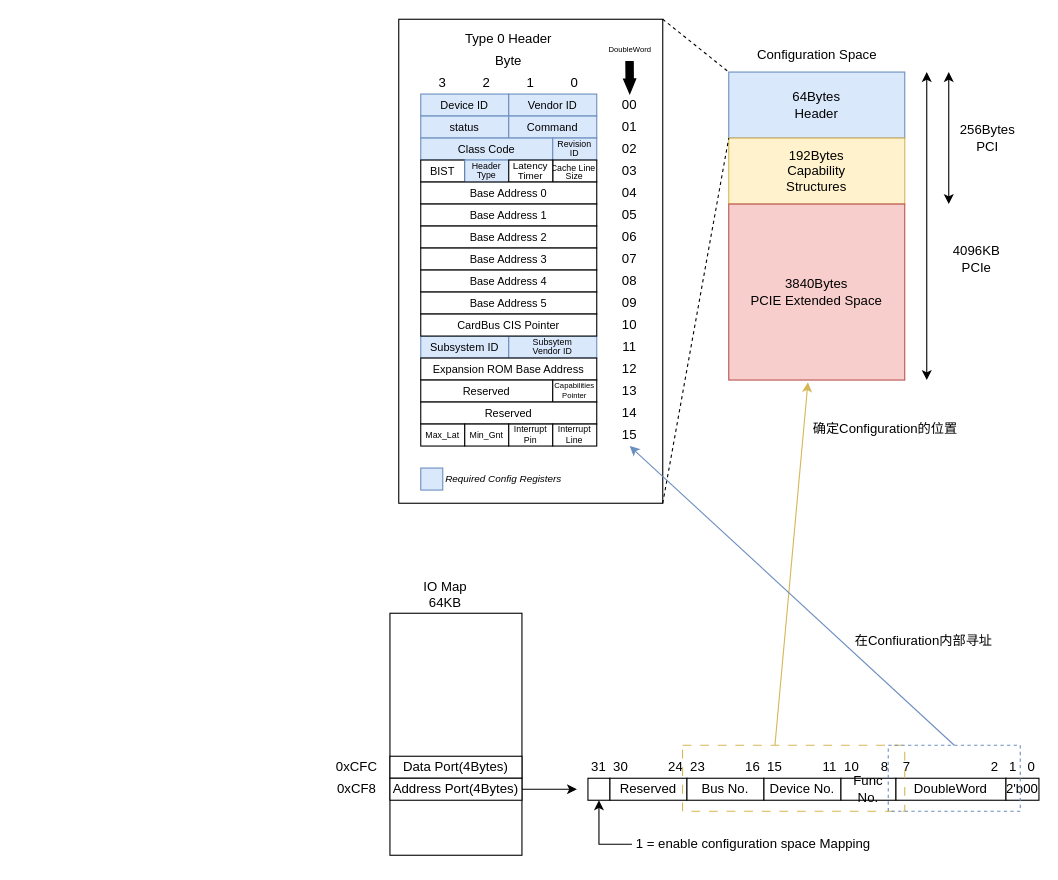
Above: page "configuration" (2 of 2) of PCIE.drawio in Cain252199/MyNoteBook (draw.io), before the change. Source tidied: cells renumbered, new cells numbered last; positions are measured from the earlier drawing's top-left corner, leaving out a move shared by most shapes. Both pictures are drawn from the tidied source at 110%, with x=0, y=0 at pixel (323, 19).
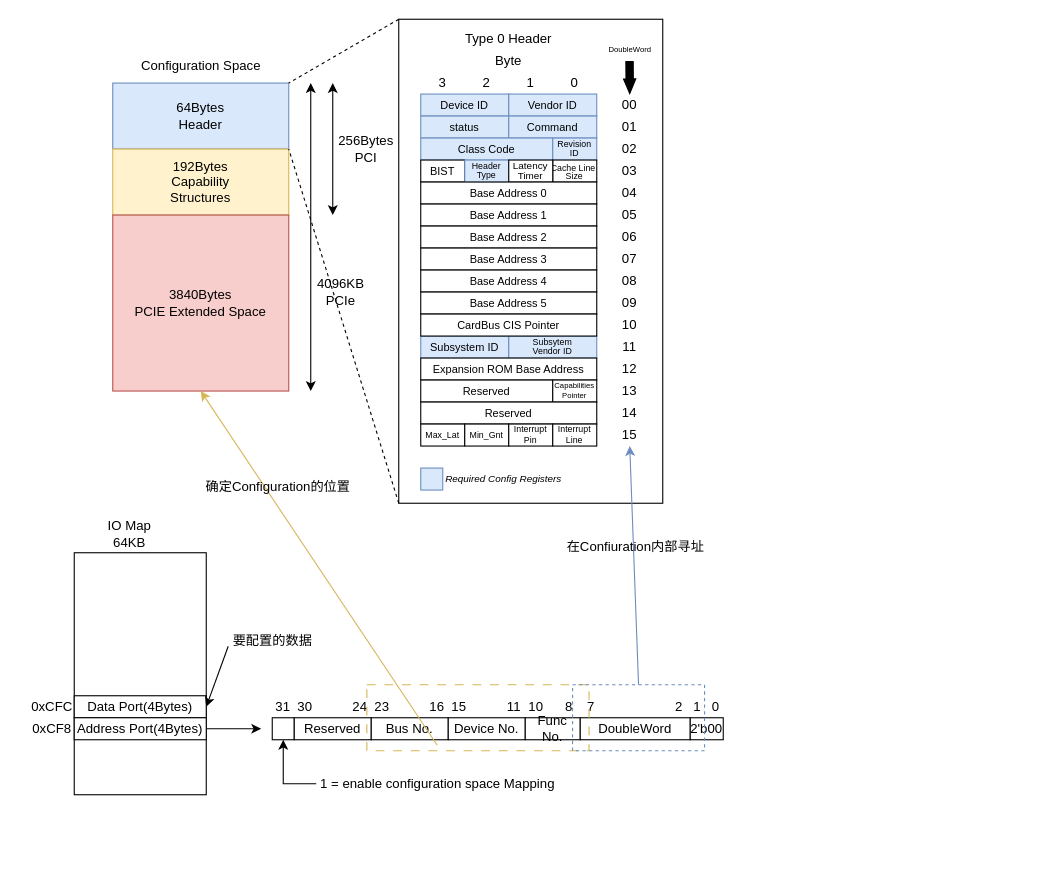
The same page after the edit.

The change refers to these unchanged cells:
```xml
<mxCell id="2" style="rounded=0;whiteSpace=wrap;html=1;" parent="1" vertex="1">
  <mxGeometry x="68" width="240" height="440" as="geometry" />
</mxCell>
```

Diff of the diagram source:
```diff
@@
     <mxCell id="56" value="&lt;div&gt;64Bytes&lt;/div&gt;&lt;div&gt;Header&lt;/div&gt;" style="rounded=0;whiteSpace=wrap;html=1;fillColor=#dae8fc;strokeColor=#6c8ebf;" parent="1" vertex="1">
-      <mxGeometry x="368" y="48" width="160" height="60" as="geometry" />
+      <mxGeometry x="-192" y="58" width="160" height="60" as="geometry" />
     </mxCell>
     <mxCell id="57" value="Configuration Space" style="text;html=1;align=center;verticalAlign=middle;strokeColor=none;fillColor=none;" parent="1" vertex="1">
-      <mxGeometry x="383" y="18" width="130" height="30" as="geometry" />
+      <mxGeometry x="-177" y="28" width="130" height="30" as="geometry" />
     </mxCell>
     <mxCell id="58" value="&lt;div&gt;192Bytes&lt;/div&gt;&lt;div&gt;Capability&lt;/div&gt;&lt;div&gt;Structures&lt;/div&gt;" style="rounded=0;whiteSpace=wrap;html=1;fillColor=#fff2cc;strokeColor=#d6b656;" parent="1" vertex="1">
-      <mxGeometry x="368" y="108" width="160" height="60" as="geometry" />
+      <mxGeometry x="-192" y="118" width="160" height="60" as="geometry" />
     </mxCell>
     <mxCell id="59" value="&lt;div&gt;3840Bytes&lt;/div&gt;&lt;div&gt;PCIE Extended Space&lt;/div&gt;" style="rounded=0;whiteSpace=wrap;html=1;fillColor=#f8cecc;strokeColor=#b85450;" parent="1" vertex="1">
-      <mxGeometry x="368" y="168" width="160" height="160" as="geometry" />
+      <mxGeometry x="-192" y="178" width="160" height="160" as="geometry" />
     </mxCell>
     <mxCell id="60" style="endArrow=classic;startArrow=classic;html=1;rounded=0;" parent="1" edge="1">
       <mxGeometry relative="1" as="geometry">
-        <mxPoint x="568" y="168" as="sourcePoint" />
-        <mxPoint x="568" y="48" as="targetPoint" />
+        <mxPoint x="8" y="178" as="sourcePoint" />
+        <mxPoint x="8" y="58" as="targetPoint" />
       </mxGeometry>
     </mxCell>
     <mxCell id="61" value="&lt;div&gt;256Bytes&lt;/div&gt;&lt;div&gt;PCI&lt;/div&gt;" style="text;html=1;align=center;verticalAlign=middle;strokeColor=none;fillColor=none;" parent="1" vertex="1">
-      <mxGeometry x="568" y="88" width="70" height="40" as="geometry" />
+      <mxGeometry x="3" y="98" width="70" height="40" as="geometry" />
     </mxCell>
     <mxCell id="62" style="endArrow=classic;startArrow=classic;html=1;rounded=0;" parent="1" edge="1">
       <mxGeometry relative="1" as="geometry">
-        <mxPoint x="548" y="328" as="sourcePoint" />
-        <mxPoint x="548" y="48" as="targetPoint" />
+        <mxPoint x="-12" y="338" as="sourcePoint" />
+        <mxPoint x="-12" y="58" as="targetPoint" />
       </mxGeometry>
     </mxCell>
     <mxCell id="63" value="4096KB&lt;div&gt;PCIe&lt;/div&gt;" style="text;html=1;align=center;verticalAlign=middle;strokeColor=none;fillColor=none;" parent="1" vertex="1">
-      <mxGeometry x="558" y="198" width="70" height="40" as="geometry" />
+      <mxGeometry x="-20" y="228" width="70" height="40" as="geometry" />
     </mxCell>
-    <mxCell id="64" style="endArrow=none;html=1;rounded=0;entryX=0;entryY=0;entryDx=0;entryDy=0;dashed=1;exitX=1;exitY=0;exitDx=0;exitDy=0;" parent="1" edge="1" source="2" target="56">
+    <mxCell id="64" style="endArrow=none;html=1;rounded=0;entryX=1;entryY=0;entryDx=0;entryDy=0;dashed=1;exitX=0;exitY=0;exitDx=0;exitDy=0;" parent="1" edge="1" source="2" target="56">
       <mxGeometry relative="1" as="geometry" />
     </mxCell>
-    <mxCell id="65" style="endArrow=none;html=1;rounded=0;dashed=1;exitX=1;exitY=1;exitDx=0;exitDy=0;" parent="1" edge="1" source="2">
-      <mxGeometry relative="1" as="geometry">
-        <mxPoint x="368" y="108" as="targetPoint" />
-      </mxGeometry>
+    <mxCell id="65" style="endArrow=none;html=1;rounded=0;dashed=1;exitX=0;exitY=1;exitDx=0;exitDy=0;entryX=1;entryY=1;entryDx=0;entryDy=0;" parent="1" edge="1" source="2" target="56">
+      <mxGeometry relative="1" as="geometry" />
     </mxCell>
     <mxCell id="66" style="rounded=0;whiteSpace=wrap;html=1;" parent="1" vertex="1">
-      <mxGeometry x="60" y="540" width="120" height="220" as="geometry" />
+      <mxGeometry x="-227" y="485" width="120" height="220" as="geometry" />
     </mxCell>
     <mxCell id="67" value="&lt;div&gt;IO Map&lt;/div&gt;&lt;div&gt;64KB&lt;/div&gt;" style="text;html=1;align=center;verticalAlign=middle;strokeColor=none;fillColor=none;" parent="1" vertex="1">
-      <mxGeometry x="80" y="503" width="60" height="40" as="geometry" />
+      <mxGeometry x="-207" y="448" width="60" height="40" as="geometry" />
     </mxCell>
     <mxCell id="68" value="Data Port(4Bytes)" style="rounded=0;whiteSpace=wrap;html=1;" parent="1" vertex="1">
-      <mxGeometry x="60" y="670" width="120" height="20" as="geometry" />
+      <mxGeometry x="-227" y="615" width="120" height="20" as="geometry" />
     </mxCell>
     <mxCell id="69" style="edgeStyle=orthogonalEdgeStyle;rounded=0;jettySize=auto;html=1;" parent="1" edge="1" source="70">
       <mxGeometry relative="1" as="geometry">
-        <mxPoint x="230" y="700" as="targetPoint" />
+        <mxPoint x="-57" y="645" as="targetPoint" />
       </mxGeometry>
     </mxCell>
     <mxCell id="70" value="Address Port(4Bytes)" style="rounded=0;whiteSpace=wrap;html=1;" parent="1" vertex="1">
-      <mxGeometry x="60" y="690" width="120" height="20" as="geometry" />
+      <mxGeometry x="-227" y="635" width="120" height="20" as="geometry" />
     </mxCell>
     <mxCell id="71" value="0xCF8" style="text;html=1;align=center;verticalAlign=middle;whiteSpace=wrap;rounded=0;" parent="1" vertex="1">
-      <mxGeometry y="690" width="60" height="20" as="geometry" />
+      <mxGeometry x="-277" y="635" width="60" height="20" as="geometry" />
     </mxCell>
     <mxCell id="72" value="0xCFC" style="text;html=1;align=center;verticalAlign=middle;whiteSpace=wrap;rounded=0;" parent="1" vertex="1">
-      <mxGeometry y="670" width="60" height="20" as="geometry" />
+      <mxGeometry x="-277" y="615" width="60" height="20" as="geometry" />
     </mxCell>
     <mxCell id="73" style="rounded=0;whiteSpace=wrap;html=1;" parent="1" vertex="1">
-      <mxGeometry x="240" y="690" width="20" height="20" as="geometry" />
+      <mxGeometry x="-47" y="635" width="20" height="20" as="geometry" />
     </mxCell>
     <mxCell id="74" value="Reserved" style="rounded=0;whiteSpace=wrap;html=1;" parent="1" vertex="1">
-      <mxGeometry x="260" y="690" width="70" height="20" as="geometry" />
+      <mxGeometry x="-27" y="635" width="70" height="20" as="geometry" />
     </mxCell>
     <mxCell id="75" value="31" style="text;html=1;align=center;verticalAlign=middle;whiteSpace=wrap;rounded=0;" parent="1" vertex="1">
-      <mxGeometry x="240" y="670" width="20" height="20" as="geometry" />
+      <mxGeometry x="-47" y="615" width="20" height="20" as="geometry" />
     </mxCell>
     <mxCell id="76" value="30" style="text;html=1;align=center;verticalAlign=middle;whiteSpace=wrap;rounded=0;" parent="1" vertex="1">
-      <mxGeometry x="260" y="670" width="20" height="20" as="geometry" />
+      <mxGeometry x="-27" y="615" width="20" height="20" as="geometry" />
     </mxCell>
     <mxCell id="77" value="24" style="text;html=1;align=center;verticalAlign=middle;whiteSpace=wrap;rounded=0;" parent="1" vertex="1">
-      <mxGeometry x="310" y="670" width="20" height="20" as="geometry" />
+      <mxGeometry x="23" y="615" width="20" height="20" as="geometry" />
     </mxCell>
     <mxCell id="78" value="Bus No." style="rounded=0;whiteSpace=wrap;html=1;" parent="1" vertex="1">
-      <mxGeometry x="330" y="690" width="70" height="20" as="geometry" />
+      <mxGeometry x="43" y="635" width="70" height="20" as="geometry" />
     </mxCell>
     <mxCell id="79" value="16" style="text;html=1;align=center;verticalAlign=middle;whiteSpace=wrap;rounded=0;" parent="1" vertex="1">
-      <mxGeometry x="380" y="670" width="20" height="20" as="geometry" />
+      <mxGeometry x="93" y="615" width="20" height="20" as="geometry" />
     </mxCell>
     <mxCell id="80" value="23" style="text;html=1;align=center;verticalAlign=middle;whiteSpace=wrap;rounded=0;" parent="1" vertex="1">
-      <mxGeometry x="330" y="670" width="20" height="20" as="geometry" />
+      <mxGeometry x="43" y="615" width="20" height="20" as="geometry" />
     </mxCell>
     <mxCell id="81" value="Device No." style="rounded=0;whiteSpace=wrap;html=1;" parent="1" vertex="1">
-      <mxGeometry x="400" y="690" width="70" height="20" as="geometry" />
+      <mxGeometry x="113" y="635" width="70" height="20" as="geometry" />
     </mxCell>
     <mxCell id="82" value="11" style="text;html=1;align=center;verticalAlign=middle;whiteSpace=wrap;rounded=0;" parent="1" vertex="1">
-      <mxGeometry x="450" y="670" width="20" height="20" as="geometry" />
+      <mxGeometry x="163" y="615" width="20" height="20" as="geometry" />
     </mxCell>
     <mxCell id="83" value="15" style="text;html=1;align=center;verticalAlign=middle;whiteSpace=wrap;rounded=0;" parent="1" vertex="1">
-      <mxGeometry x="400" y="670" width="20" height="20" as="geometry" />
+      <mxGeometry x="113" y="615" width="20" height="20" as="geometry" />
     </mxCell>
     <mxCell id="84" value="Func No." style="rounded=0;whiteSpace=wrap;html=1;" parent="1" vertex="1">
-      <mxGeometry x="470" y="690" width="50" height="20" as="geometry" />
+      <mxGeometry x="183" y="635" width="50" height="20" as="geometry" />
     </mxCell>
     <mxCell id="85" value="8" style="text;html=1;align=center;verticalAlign=middle;whiteSpace=wrap;rounded=0;" parent="1" vertex="1">
-      <mxGeometry x="500" y="670" width="20" height="20" as="geometry" />
+      <mxGeometry x="213" y="615" width="20" height="20" as="geometry" />
     </mxCell>
     <mxCell id="86" value="10" style="text;html=1;align=center;verticalAlign=middle;whiteSpace=wrap;rounded=0;" parent="1" vertex="1">
-      <mxGeometry x="470" y="670" width="20" height="20" as="geometry" />
+      <mxGeometry x="183" y="615" width="20" height="20" as="geometry" />
     </mxCell>
     <mxCell id="87" value="DoubleWord" style="rounded=0;whiteSpace=wrap;html=1;" parent="1" vertex="1">
-      <mxGeometry x="520" y="690" width="100" height="20" as="geometry" />
+      <mxGeometry x="233" y="635" width="100" height="20" as="geometry" />
     </mxCell>
     <mxCell id="88" value="7" style="text;html=1;align=center;verticalAlign=middle;whiteSpace=wrap;rounded=0;" parent="1" vertex="1">
-      <mxGeometry x="520" y="670" width="20" height="20" as="geometry" />
+      <mxGeometry x="233" y="615" width="20" height="20" as="geometry" />
     </mxCell>
     <mxCell id="89" value="2" style="text;html=1;align=center;verticalAlign=middle;whiteSpace=wrap;rounded=0;" parent="1" vertex="1">
-      <mxGeometry x="600" y="670" width="20" height="20" as="geometry" />
+      <mxGeometry x="313" y="615" width="20" height="20" as="geometry" />
     </mxCell>
     <mxCell id="90" value="2'b00" style="rounded=0;whiteSpace=wrap;html=1;" parent="1" vertex="1">
-      <mxGeometry x="620" y="690" width="30" height="20" as="geometry" />
+      <mxGeometry x="333" y="635" width="30" height="20" as="geometry" />
     </mxCell>
     <mxCell id="91" value="1&amp;nbsp; &amp;nbsp;0" style="text;html=1;align=center;verticalAlign=middle;whiteSpace=wrap;rounded=0;" parent="1" vertex="1">
-      <mxGeometry x="620" y="670" width="30" height="20" as="geometry" />
+      <mxGeometry x="333" y="615" width="30" height="20" as="geometry" />
     </mxCell>
     <mxCell id="92" style="endArrow=classic;html=1;rounded=0;entryX=0.5;entryY=1;entryDx=0;entryDy=0;" parent="1" edge="1" target="73">
       <mxGeometry relative="1" as="geometry">
-        <mxPoint x="280" y="750" as="sourcePoint" />
+        <mxPoint x="-7" y="695" as="sourcePoint" />
         <Array as="points">
-          <mxPoint x="250" y="750" />
+          <mxPoint x="-37" y="695" />
         </Array>
       </mxGeometry>
     </mxCell>
     <mxCell id="93" value="1 = enable configuration space Mapping" style="text;html=1;align=center;verticalAlign=middle;strokeColor=none;fillColor=none;" parent="1" vertex="1">
-      <mxGeometry x="270" y="735" width="240" height="30" as="geometry" />
+      <mxGeometry x="-17" y="680" width="240" height="30" as="geometry" />
     </mxCell>
     <mxCell id="94" style="rounded=0;whiteSpace=wrap;html=1;dashed=1;dashPattern=8 8;fillColor=none;strokeColor=#d6b656;" parent="1" vertex="1">
-      <mxGeometry x="326" y="660" width="202" height="60" as="geometry" />
+      <mxGeometry x="39" y="605" width="202" height="60" as="geometry" />
     </mxCell>
-    <mxCell id="95" style="endArrow=classic;html=1;rounded=0;fillColor=#fff2cc;strokeColor=#d6b656;" parent="1" edge="1">
+    <mxCell id="95" style="endArrow=classic;html=1;rounded=0;fillColor=#fff2cc;strokeColor=#d6b656;entryX=0.5;entryY=1;entryDx=0;entryDy=0;" parent="1" edge="1" target="59">
       <mxGeometry relative="1" as="geometry">
-        <mxPoint x="410" y="660" as="sourcePoint" />
-        <mxPoint x="440" y="330" as="targetPoint" />
+        <mxPoint x="103" y="660" as="sourcePoint" />
       </mxGeometry>
     </mxCell>
     <mxCell id="96" value="确定Configuration的位置" style="text;html=1;align=center;verticalAlign=middle;strokeColor=none;fillColor=none;" parent="1" vertex="1">
-      <mxGeometry x="435" y="358" width="150" height="30" as="geometry" />
+      <mxGeometry x="-117" y="410" width="150" height="30" as="geometry" />
     </mxCell>
     <mxCell id="97" style="rounded=0;whiteSpace=wrap;html=1;dashed=1;fillColor=none;strokeColor=#6c8ebf;" parent="1" vertex="1">
-      <mxGeometry x="513" y="660" width="120" height="60" as="geometry" />
+      <mxGeometry x="226" y="605" width="120" height="60" as="geometry" />
     </mxCell>
@@
     <mxCell id="99" value="在Confiuration内部寻址" style="text;html=1;align=center;verticalAlign=middle;strokeColor=none;fillColor=none;" parent="1" vertex="1">
-      <mxGeometry x="470" y="550" width="150" height="30" as="geometry" />
+      <mxGeometry x="208" y="465" width="150" height="30" as="geometry" />
     </mxCell>
+    <mxCell id="100" style="endArrow=classic;html=1;rounded=0;entryX=1;entryY=0.5;entryDx=0;entryDy=0;" parent="1" edge="1" target="68">
+      <mxGeometry relative="1" as="geometry">
+        <mxPoint x="-87" y="570" as="sourcePoint" />
+      </mxGeometry>
+    </mxCell>
+    <mxCell id="101" value="要配置的数据" style="text;html=1;align=center;verticalAlign=middle;strokeColor=none;fillColor=none;" parent="1" vertex="1">
+      <mxGeometry x="-97" y="550" width="100" height="30" as="geometry" />
+    </mxCell>
```
